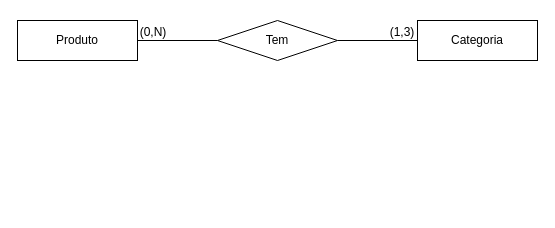
This is page "Modelo Conceitual" (1 of 2) of requirements/ecommerce-database.drawio from SliverNV/ecommerce-node-ap, a draw.io file, before an edit. Source tidied: cells renumbered, new cells numbered last; positions are measured from the earlier drawing's top-left corner, leaving out a move shared by most shapes. Both pictures are drawn from the tidied source at 100%, with x=0, y=0 at pixel (17, 17).
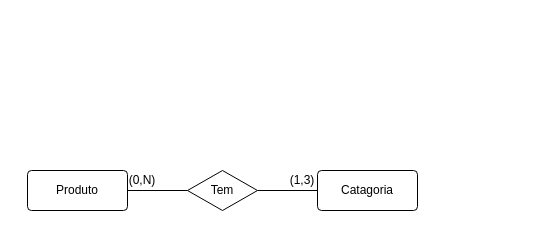
Above is the later version.

What changed in the source:
```diff
@@
 <mxGraphModel>
   <root>
     <mxCell id="0" />
     <mxCell id="1" parent="0" />
     <mxCell id="2" style="edgeStyle=none;html=1;exitX=1;exitY=0.5;exitDx=0;exitDy=0;entryX=0;entryY=0.5;entryDx=0;entryDy=0;endArrow=none;endFill=0;" parent="1" edge="1" source="3" target="6">
       <mxGeometry relative="1" as="geometry" />
     </mxCell>
-    <mxCell id="3" value="Produto" style="whiteSpace=wrap;html=1;align=center;" parent="1" vertex="1">
-      <mxGeometry y="3" width="120" height="40" as="geometry" />
+    <mxCell id="3" value="Produto" style="rounded=1;arcSize=10;whiteSpace=wrap;html=1;align=center;" parent="1" vertex="1">
+      <mxGeometry x="10" y="153" width="100" height="40" as="geometry" />
     </mxCell>
-    <mxCell id="4" value="Categoria" style="whiteSpace=wrap;html=1;align=center;" parent="1" vertex="1">
-      <mxGeometry x="400" y="3" width="120" height="40" as="geometry" />
+    <mxCell id="4" value="Catagoria" style="rounded=1;arcSize=10;whiteSpace=wrap;html=1;align=center;" parent="1" vertex="1">
+      <mxGeometry x="300" y="153" width="100" height="40" as="geometry" />
     </mxCell>
     <mxCell id="5" style="edgeStyle=none;html=1;exitX=1;exitY=0.5;exitDx=0;exitDy=0;entryX=0;entryY=0.5;entryDx=0;entryDy=0;endArrow=none;endFill=0;" parent="1" edge="1" source="6" target="4">
       <mxGeometry relative="1" as="geometry" />
     </mxCell>
     <mxCell id="6" value="Tem" style="shape=rhombus;perimeter=rhombusPerimeter;whiteSpace=wrap;html=1;align=center;" parent="1" vertex="1">
-      <mxGeometry x="200" y="3" width="120" height="40" as="geometry" />
+      <mxGeometry x="170" y="153" width="70" height="40" as="geometry" />
     </mxCell>
     <mxCell id="7" value="(1,3)" style="text;html=1;strokeColor=none;fillColor=none;align=center;verticalAlign=middle;whiteSpace=wrap;rounded=0;" parent="1" vertex="1">
-      <mxGeometry x="355" width="60" height="30" as="geometry" />
+      <mxGeometry x="270" y="153" width="30" height="20" as="geometry" />
     </mxCell>
     <mxCell id="8" value="(0,N)" style="text;html=1;strokeColor=none;fillColor=none;align=center;verticalAlign=middle;whiteSpace=wrap;rounded=0;" parent="1" vertex="1">
-      <mxGeometry x="106" width="60" height="30" as="geometry" />
+      <mxGeometry x="110" y="153" width="30" height="20" as="geometry" />
     </mxCell>
   </root>
 </mxGraphModel>
```
